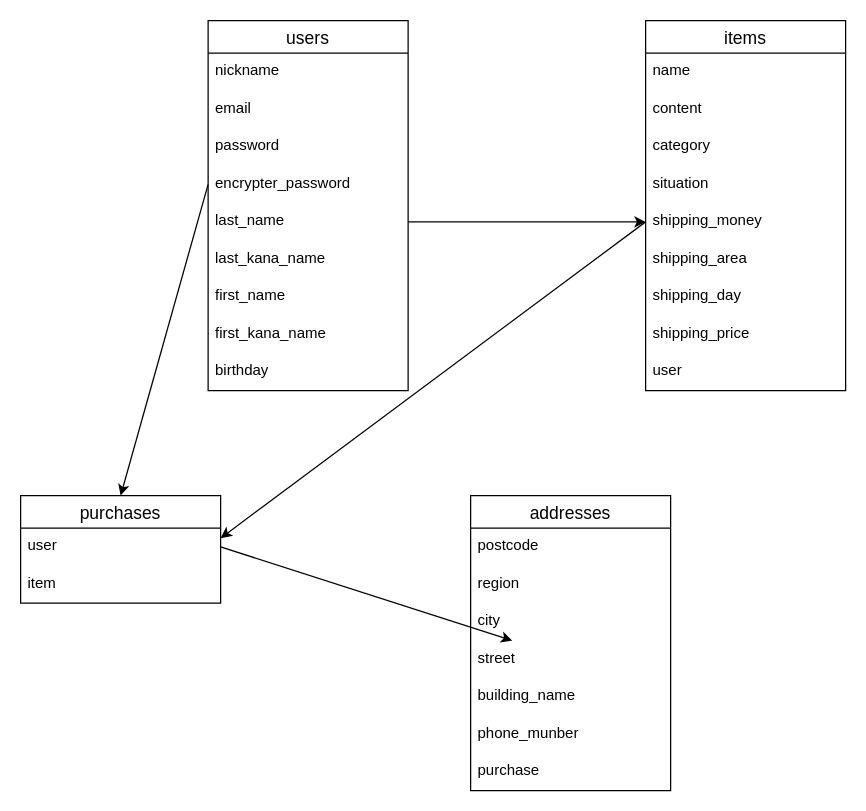
ven-b/furima-39732 keeps this draw.io diagram as er.dio. Above is the earlier version. Source tidied: cells renumbered, new cells numbered last; positions are measured from the earlier drawing's top-left corner, leaving out a move shared by most shapes. Both pictures are drawn from the tidied source at 125%, with x=0, y=0 at pixel (20, 20).
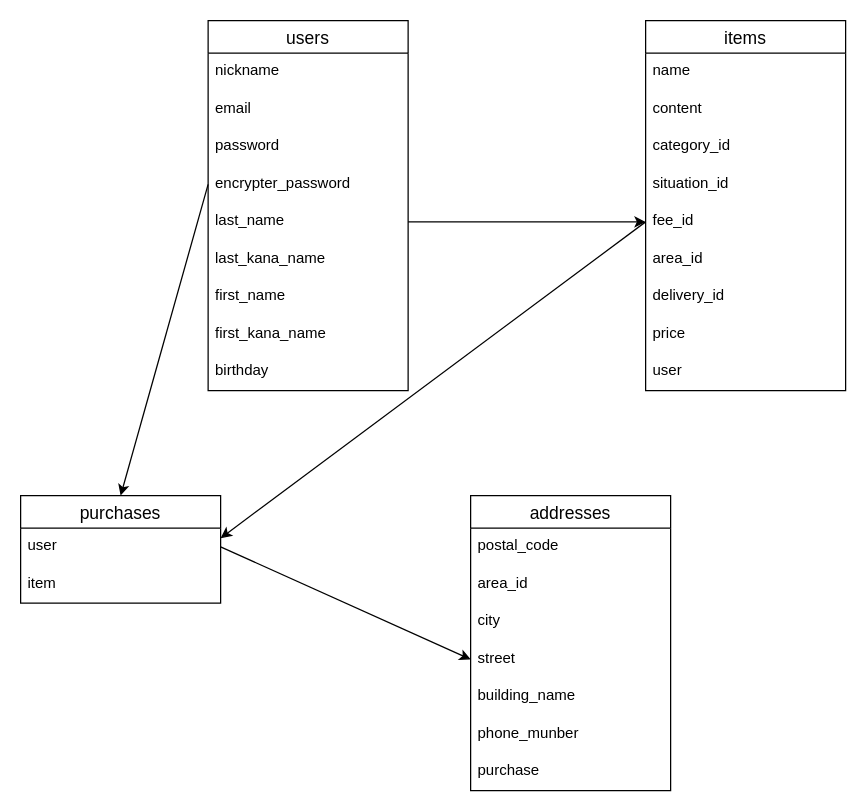
After the change.

Commit message (it also covers changes not shown here):
レビューいただいた部分の修正

Unchanged cells that the change refers to:
```xml
<mxCell id="12" value="items" style="swimlane;fontStyle=0;horizontal=1;startSize=26;align=center;fontSize=14;rounded=0;" parent="1" vertex="1">
  <mxGeometry x="500" width="160" height="296" as="geometry" />
</mxCell>
<mxCell id="23" value="addresses" style="swimlane;fontStyle=0;horizontal=1;startSize=26;align=center;fontSize=14;rounded=0;" parent="1" vertex="1">
  <mxGeometry x="360" y="380" width="160" height="236" as="geometry" />
</mxCell>
<mxCell id="27" value="street" style="text;strokeColor=none;fillColor=none;spacingLeft=4;spacingRight=4;overflow=hidden;points=[[0,0.5],[1,0.5]];portConstraint=eastwest;fontSize=12;rounded=0;" parent="23" vertex="1">
  <mxGeometry y="116" width="160" height="30" as="geometry" />
</mxCell>
<mxCell id="32" value="user" style="text;strokeColor=none;fillColor=none;spacingLeft=4;spacingRight=4;overflow=hidden;points=[[0,0.5],[1,0.5]];portConstraint=eastwest;fontSize=12;" parent="31" vertex="1">
  <mxGeometry y="26" width="160" height="30" as="geometry" />
</mxCell>
```

Diff of the diagram source:
```diff
@@
-    <mxCell id="15" value="category" style="text;strokeColor=none;fillColor=none;spacingLeft=4;spacingRight=4;overflow=hidden;fontSize=12;rounded=0;" parent="12" vertex="1">
+    <mxCell id="15" value="category_id" style="text;strokeColor=none;fillColor=none;spacingLeft=4;spacingRight=4;overflow=hidden;fontSize=12;rounded=0;" parent="12" vertex="1">
       <mxGeometry y="86" width="160" height="30" as="geometry" />
     </mxCell>
-    <mxCell id="16" value="situation" style="text;strokeColor=none;fillColor=none;spacingLeft=4;spacingRight=4;overflow=hidden;fontSize=12;rounded=0;" parent="12" vertex="1">
+    <mxCell id="16" value="situation_id" style="text;strokeColor=none;fillColor=none;spacingLeft=4;spacingRight=4;overflow=hidden;fontSize=12;rounded=0;" parent="12" vertex="1">
       <mxGeometry y="116" width="160" height="30" as="geometry" />
     </mxCell>
-    <mxCell id="17" value="shipping_money" style="text;strokeColor=none;fillColor=none;spacingLeft=4;spacingRight=4;overflow=hidden;points=[[0,0.5],[1,0.5]];portConstraint=eastwest;fontSize=12;rounded=0;" parent="12" vertex="1">
+    <mxCell id="17" value="fee_id" style="text;strokeColor=none;fillColor=none;spacingLeft=4;spacingRight=4;overflow=hidden;points=[[0,0.5],[1,0.5]];portConstraint=eastwest;fontSize=12;rounded=0;" parent="12" vertex="1">
       <mxGeometry y="146" width="160" height="30" as="geometry" />
     </mxCell>
-    <mxCell id="18" value="shipping_area" style="text;strokeColor=none;fillColor=none;spacingLeft=4;spacingRight=4;overflow=hidden;fontSize=12;rounded=0;" parent="12" vertex="1">
+    <mxCell id="18" value="area_id" style="text;strokeColor=none;fillColor=none;spacingLeft=4;spacingRight=4;overflow=hidden;fontSize=12;rounded=0;" parent="12" vertex="1">
       <mxGeometry y="176" width="160" height="30" as="geometry" />
     </mxCell>
-    <mxCell id="19" value="shipping_day" style="text;strokeColor=none;fillColor=none;spacingLeft=4;spacingRight=4;overflow=hidden;fontSize=12;rounded=0;" parent="12" vertex="1">
+    <mxCell id="19" value="delivery_id" style="text;strokeColor=none;fillColor=none;spacingLeft=4;spacingRight=4;overflow=hidden;fontSize=12;rounded=0;" parent="12" vertex="1">
       <mxGeometry y="206" width="160" height="30" as="geometry" />
     </mxCell>
-    <mxCell id="20" value="shipping_price" style="text;strokeColor=none;fillColor=none;spacingLeft=4;spacingRight=4;overflow=hidden;fontSize=12;rounded=0;" parent="12" vertex="1">
+    <mxCell id="20" value="price" style="text;strokeColor=none;fillColor=none;spacingLeft=4;spacingRight=4;overflow=hidden;fontSize=12;rounded=0;" parent="12" vertex="1">
       <mxGeometry y="236" width="160" height="30" as="geometry" />
     </mxCell>
@@
-    <mxCell id="24" value="postcode" style="text;strokeColor=none;fillColor=none;spacingLeft=4;spacingRight=4;overflow=hidden;fontSize=12;rounded=0;" parent="23" vertex="1">
+    <mxCell id="24" value="postal_code" style="text;strokeColor=none;fillColor=none;spacingLeft=4;spacingRight=4;overflow=hidden;fontSize=12;rounded=0;" parent="23" vertex="1">
       <mxGeometry y="26" width="160" height="30" as="geometry" />
     </mxCell>
-    <mxCell id="25" value="region" style="text;strokeColor=none;fillColor=none;spacingLeft=4;spacingRight=4;overflow=hidden;fontSize=12;rounded=0;" parent="23" vertex="1">
+    <mxCell id="25" value="area_id" style="text;strokeColor=none;fillColor=none;spacingLeft=4;spacingRight=4;overflow=hidden;fontSize=12;rounded=0;" parent="23" vertex="1">
       <mxGeometry y="56" width="160" height="30" as="geometry" />
     </mxCell>
@@
-    <mxCell id="36" style="edgeStyle=none;html=1;exitX=1;exitY=0.5;exitDx=0;exitDy=0;" parent="1" edge="1" source="32" target="27">
+    <mxCell id="36" style="edgeStyle=none;html=1;exitX=1;exitY=0.5;exitDx=0;exitDy=0;entryX=0;entryY=0.5;entryDx=0;entryDy=0;" parent="1" edge="1" source="32" target="27">
       <mxGeometry relative="1" as="geometry" />
     </mxCell>
```
